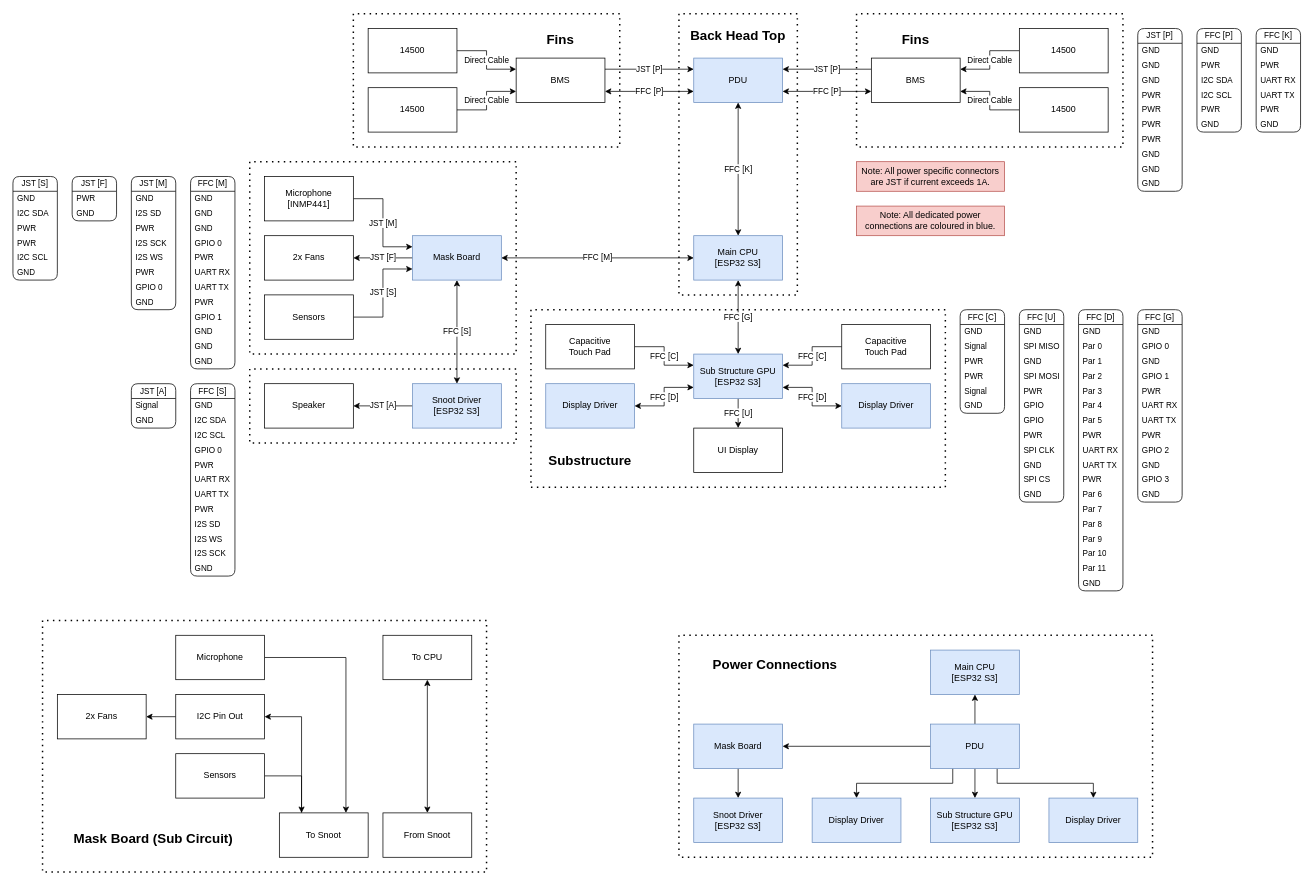
XCR1793/Synth-Head keeps this draw.io diagram as page "Connectors & Connections" (2 of 3) of Documents/Electronics.drawio. Above is the earlier version. Source tidied: cells renumbered, new cells numbered last; positions are measured from the earlier drawing's top-left corner, leaving out a move shared by most shapes. Both pictures are drawn from the tidied source at 74%, with x=0, y=0 at pixel (13, 13).
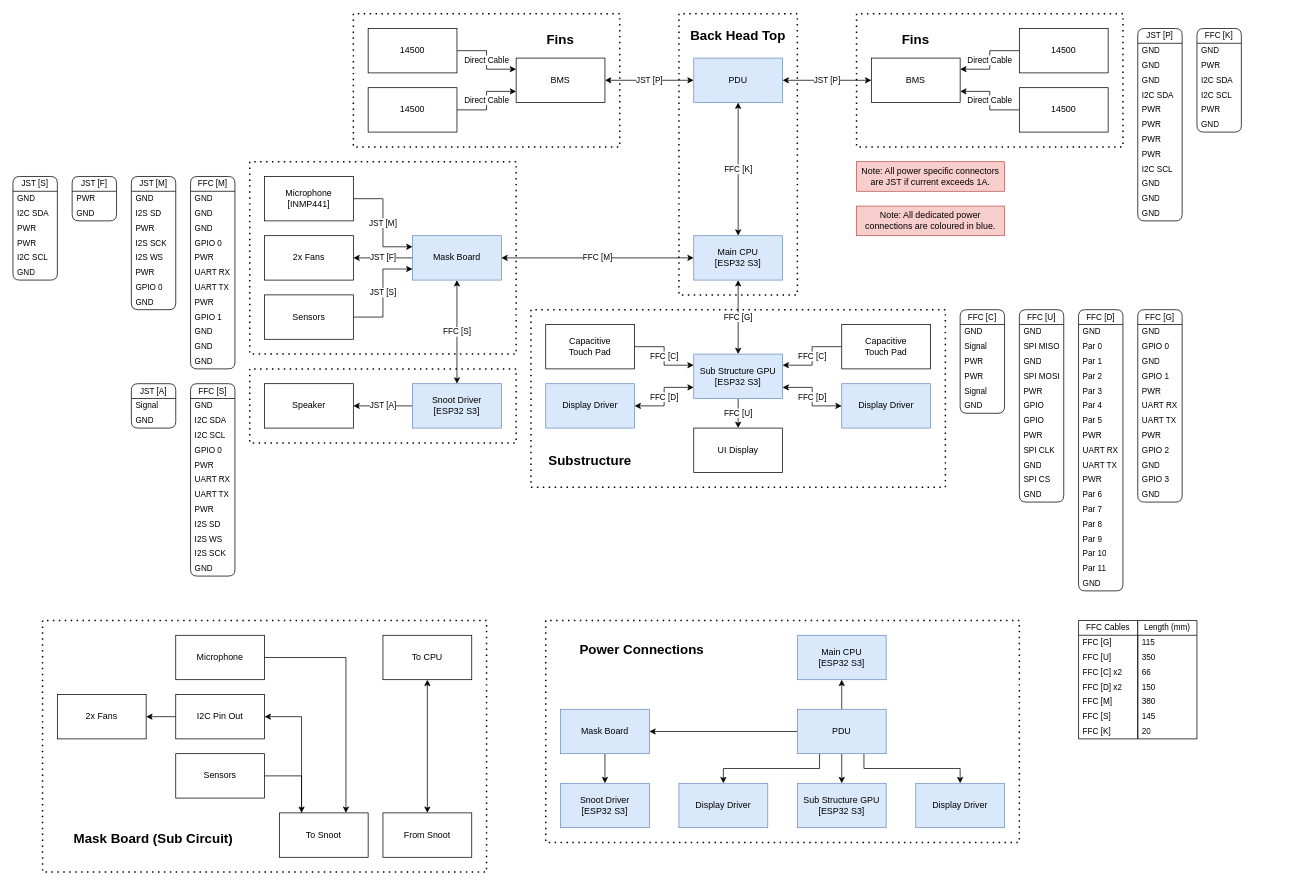
The same page after the edit.

Unchanged cells that the change refers to:
```xml
<mxCell id="11" value="PDU" style="rounded=0;whiteSpace=wrap;html=1;fontStyle=0;fillColor=#dae8fc;strokeColor=#6c8ebf;" parent="1" vertex="1">
  <mxGeometry x="920" y="60" width="120" height="60" as="geometry" />
</mxCell>
<mxCell id="19" value="BMS" style="rounded=0;whiteSpace=wrap;html=1;fontStyle=0;" parent="1" vertex="1">
  <mxGeometry x="680" y="60" width="120" height="60" as="geometry" />
</mxCell>
<mxCell id="22" value="BMS" style="rounded=0;whiteSpace=wrap;html=1;fontStyle=0;" parent="1" vertex="1">
  <mxGeometry x="1160" y="60" width="120" height="60" as="geometry" />
</mxCell>
```

Diff of the diagram source:
```diff
@@
-    <mxCell id="17" value="JST [P]" style="edgeStyle=orthogonalEdgeStyle;rounded=0;jettySize=auto;html=1;exitX=1;exitY=0.25;exitDx=0;exitDy=0;entryX=0;entryY=0.25;entryDx=0;entryDy=0;fontStyle=0;" parent="1" edge="1" source="19" target="11">
+    <mxCell id="17" value="JST [P]" style="edgeStyle=orthogonalEdgeStyle;rounded=0;jettySize=auto;html=1;exitX=1;exitY=0.5;exitDx=0;exitDy=0;entryX=0;entryY=0.5;entryDx=0;entryDy=0;fontStyle=0;startArrow=classic;startFill=1;" parent="1" edge="1" source="19" target="11">
       <mxGeometry relative="1" as="geometry" />
     </mxCell>
-    <mxCell id="18" value="FFC [P]" style="edgeStyle=orthogonalEdgeStyle;rounded=0;jettySize=auto;html=1;exitX=1;exitY=0.75;exitDx=0;exitDy=0;entryX=0;entryY=0.75;entryDx=0;entryDy=0;startArrow=classic;startFill=1;" parent="1" edge="1" source="19" target="11">
-      <mxGeometry relative="1" as="geometry" />
-    </mxCell>
@@
-    <mxCell id="20" value="JST [P]" style="edgeStyle=orthogonalEdgeStyle;rounded=0;jettySize=auto;html=1;exitX=0;exitY=0.25;exitDx=0;exitDy=0;entryX=1;entryY=0.25;entryDx=0;entryDy=0;fontStyle=0;" parent="1" edge="1" source="22" target="11">
+    <mxCell id="20" value="JST [P]" style="edgeStyle=orthogonalEdgeStyle;rounded=0;jettySize=auto;html=1;exitX=0;exitY=0.5;exitDx=0;exitDy=0;entryX=1;entryY=0.5;entryDx=0;entryDy=0;fontStyle=0;startArrow=classic;startFill=1;" parent="1" edge="1" source="22" target="11">
       <mxGeometry relative="1" as="geometry" />
     </mxCell>
-    <mxCell id="21" value="FFC [P]" style="edgeStyle=orthogonalEdgeStyle;rounded=0;jettySize=auto;html=1;exitX=0;exitY=0.75;exitDx=0;exitDy=0;entryX=1;entryY=0.75;entryDx=0;entryDy=0;startArrow=classic;startFill=1;" parent="1" edge="1" source="22" target="11">
-      <mxGeometry relative="1" as="geometry" />
-    </mxCell>
@@
     <mxCell id="167" value="JST [P]" style="swimlane;fontStyle=0;horizontal=1;startSize=20;whiteSpace=wrap;html=1;fontFamily=Helvetica;fontSize=11;fontColor=default;labelBackgroundColor=default;rounded=1;" parent="1" vertex="1">
-      <mxGeometry x="1520" y="20" width="60" height="220" as="geometry" />
+      <mxGeometry x="1520" y="20" width="60" height="260" as="geometry" />
     </mxCell>
@@
+    <mxCell id="181" value="I2C SDA" style="text;strokeColor=none;fillColor=none;align=left;verticalAlign=middle;spacingLeft=4;spacingRight=4;overflow=hidden;whiteSpace=wrap;html=1;fontFamily=Helvetica;fontSize=11;fontColor=default;labelBackgroundColor=default;fontStyle=0;" parent="167" vertex="1">
+      <mxGeometry y="80" width="60" height="20" as="geometry" />
+    </mxCell>
     <mxCell id="171" value="PWR" style="text;strokeColor=none;fillColor=none;align=left;verticalAlign=middle;spacingLeft=4;spacingRight=4;overflow=hidden;whiteSpace=wrap;html=1;fontFamily=Helvetica;fontSize=11;fontColor=default;labelBackgroundColor=default;fontStyle=0;" parent="167" vertex="1">
-      <mxGeometry y="80" width="60" height="20" as="geometry" />
+      <mxGeometry y="100" width="60" height="20" as="geometry" />
     </mxCell>
     <mxCell id="172" value="PWR" style="text;strokeColor=none;fillColor=none;align=left;verticalAlign=middle;spacingLeft=4;spacingRight=4;overflow=hidden;whiteSpace=wrap;html=1;fontFamily=Helvetica;fontSize=11;fontColor=default;labelBackgroundColor=default;fontStyle=0;" parent="167" vertex="1">
-      <mxGeometry y="100" width="60" height="20" as="geometry" />
+      <mxGeometry y="120" width="60" height="20" as="geometry" />
     </mxCell>
     <mxCell id="173" value="PWR" style="text;strokeColor=none;fillColor=none;align=left;verticalAlign=middle;spacingLeft=4;spacingRight=4;overflow=hidden;whiteSpace=wrap;html=1;fontFamily=Helvetica;fontSize=11;fontColor=default;labelBackgroundColor=default;fontStyle=0;" parent="167" vertex="1">
-      <mxGeometry y="120" width="60" height="20" as="geometry" />
+      <mxGeometry y="140" width="60" height="20" as="geometry" />
     </mxCell>
     <mxCell id="174" value="PWR" style="text;strokeColor=none;fillColor=none;align=left;verticalAlign=middle;spacingLeft=4;spacingRight=4;overflow=hidden;whiteSpace=wrap;html=1;fontFamily=Helvetica;fontSize=11;fontColor=default;labelBackgroundColor=default;fontStyle=0;" parent="167" vertex="1">
-      <mxGeometry y="140" width="60" height="20" as="geometry" />
+      <mxGeometry y="160" width="60" height="20" as="geometry" />
     </mxCell>
+    <mxCell id="182" value="I2C SCL" style="text;strokeColor=none;fillColor=none;align=left;verticalAlign=middle;spacingLeft=4;spacingRight=4;overflow=hidden;whiteSpace=wrap;html=1;fontFamily=Helvetica;fontSize=11;fontColor=default;labelBackgroundColor=default;fontStyle=0;" parent="167" vertex="1">
+      <mxGeometry y="180" width="60" height="20" as="geometry" />
+    </mxCell>
     <mxCell id="175" value="GND" style="text;strokeColor=none;fillColor=none;align=left;verticalAlign=middle;spacingLeft=4;spacingRight=4;overflow=hidden;whiteSpace=wrap;html=1;fontFamily=Helvetica;fontSize=11;fontColor=default;labelBackgroundColor=default;fontStyle=0;" parent="167" vertex="1">
-      <mxGeometry y="160" width="60" height="20" as="geometry" />
+      <mxGeometry y="200" width="60" height="20" as="geometry" />
     </mxCell>
     <mxCell id="176" value="GND" style="text;strokeColor=none;fillColor=none;align=left;verticalAlign=middle;spacingLeft=4;spacingRight=4;overflow=hidden;whiteSpace=wrap;html=1;fontFamily=Helvetica;fontSize=11;fontColor=default;labelBackgroundColor=default;fontStyle=0;" parent="167" vertex="1">
-      <mxGeometry y="180" width="60" height="20" as="geometry" />
+      <mxGeometry y="220" width="60" height="20" as="geometry" />
     </mxCell>
     <mxCell id="177" value="GND" style="text;strokeColor=none;fillColor=none;align=left;verticalAlign=middle;spacingLeft=4;spacingRight=4;overflow=hidden;whiteSpace=wrap;html=1;fontFamily=Helvetica;fontSize=11;fontColor=default;labelBackgroundColor=default;fontStyle=0;" parent="167" vertex="1">
-      <mxGeometry y="200" width="60" height="20" as="geometry" />
+      <mxGeometry y="240" width="60" height="20" as="geometry" />
     </mxCell>
-    <mxCell id="178" value="FFC [P]" style="swimlane;fontStyle=0;horizontal=1;startSize=20;whiteSpace=wrap;html=1;fontFamily=Helvetica;fontSize=11;fontColor=default;labelBackgroundColor=default;rounded=1;" parent="1" vertex="1">
-      <mxGeometry x="1600" y="20" width="60" height="140" as="geometry" />
-    </mxCell>
-    <mxCell id="179" value="GND" style="text;strokeColor=none;fillColor=none;align=left;verticalAlign=middle;spacingLeft=4;spacingRight=4;overflow=hidden;whiteSpace=wrap;html=1;fontFamily=Helvetica;fontSize=11;fontColor=default;labelBackgroundColor=default;fontStyle=0;" parent="178" vertex="1">
-      <mxGeometry y="20" width="60" height="20" as="geometry" />
-    </mxCell>
-    <mxCell id="180" value="PWR" style="text;strokeColor=none;fillColor=none;align=left;verticalAlign=middle;spacingLeft=4;spacingRight=4;overflow=hidden;whiteSpace=wrap;html=1;fontFamily=Helvetica;fontSize=11;fontColor=default;labelBackgroundColor=default;fontStyle=0;" parent="178" vertex="1">
-      <mxGeometry y="40" width="60" height="20" as="geometry" />
-    </mxCell>
-    <mxCell id="181" value="I2C SDA" style="text;strokeColor=none;fillColor=none;align=left;verticalAlign=middle;spacingLeft=4;spacingRight=4;overflow=hidden;whiteSpace=wrap;html=1;fontFamily=Helvetica;fontSize=11;fontColor=default;labelBackgroundColor=default;fontStyle=0;" parent="178" vertex="1">
-      <mxGeometry y="60" width="60" height="20" as="geometry" />
-    </mxCell>
-    <mxCell id="182" value="I2C SCL" style="text;strokeColor=none;fillColor=none;align=left;verticalAlign=middle;spacingLeft=4;spacingRight=4;overflow=hidden;whiteSpace=wrap;html=1;fontFamily=Helvetica;fontSize=11;fontColor=default;labelBackgroundColor=default;fontStyle=0;" parent="178" vertex="1">
-      <mxGeometry y="80" width="60" height="20" as="geometry" />
-    </mxCell>
-    <mxCell id="183" value="PWR" style="text;strokeColor=none;fillColor=none;align=left;verticalAlign=middle;spacingLeft=4;spacingRight=4;overflow=hidden;whiteSpace=wrap;html=1;fontFamily=Helvetica;fontSize=11;fontColor=default;labelBackgroundColor=default;fontStyle=0;" parent="178" vertex="1">
-      <mxGeometry y="100" width="60" height="20" as="geometry" />
-    </mxCell>
-    <mxCell id="184" value="GND" style="text;strokeColor=none;fillColor=none;align=left;verticalAlign=middle;spacingLeft=4;spacingRight=4;overflow=hidden;whiteSpace=wrap;html=1;fontFamily=Helvetica;fontSize=11;fontColor=default;labelBackgroundColor=default;fontStyle=0;" parent="178" vertex="1">
-      <mxGeometry y="120" width="60" height="20" as="geometry" />
-    </mxCell>
@@
     <mxCell id="188" value="Mask Board" style="rounded=0;whiteSpace=wrap;html=1;fontStyle=0;fillColor=#dae8fc;strokeColor=#6c8ebf;" parent="1" vertex="1">
-      <mxGeometry x="920" y="960" width="120" height="60" as="geometry" />
+      <mxGeometry x="740" y="940" width="120" height="60" as="geometry" />
     </mxCell>
     <mxCell id="189" value="Snoot Driver&lt;div&gt;[ESP32 S3]&lt;/div&gt;" style="rounded=0;whiteSpace=wrap;html=1;fontStyle=0;fillColor=#dae8fc;strokeColor=#6c8ebf;" parent="1" vertex="1">
-      <mxGeometry x="920" y="1060" width="120" height="60" as="geometry" />
+      <mxGeometry x="740" y="1040" width="120" height="60" as="geometry" />
     </mxCell>
     <mxCell id="190" value="Main CPU&lt;div&gt;[ESP32 S3]&lt;/div&gt;" style="rounded=0;whiteSpace=wrap;html=1;fontStyle=0;fillColor=#dae8fc;strokeColor=#6c8ebf;" parent="1" vertex="1">
-      <mxGeometry x="1240" y="860" width="120" height="60" as="geometry" />
+      <mxGeometry x="1060" y="840" width="120" height="60" as="geometry" />
     </mxCell>
     <mxCell id="191" value="Sub Structure&amp;nbsp;&lt;span style=&quot;background-color: initial;&quot;&gt;GPU&lt;/span&gt;&lt;div&gt;&lt;span style=&quot;background-color: initial;&quot;&gt;[ESP32 S3]&lt;/span&gt;&lt;/div&gt;" style="rounded=0;whiteSpace=wrap;html=1;fontStyle=0;fillColor=#dae8fc;strokeColor=#6c8ebf;" parent="1" vertex="1">
-      <mxGeometry x="1240" y="1060" width="120" height="60" as="geometry" />
+      <mxGeometry x="1060" y="1040" width="120" height="60" as="geometry" />
     </mxCell>
@@
     <mxCell id="197" value="PDU" style="rounded=0;whiteSpace=wrap;html=1;fontStyle=0;fillColor=#dae8fc;strokeColor=#6c8ebf;" parent="1" vertex="1">
-      <mxGeometry x="1240" y="960" width="120" height="60" as="geometry" />
+      <mxGeometry x="1060" y="940" width="120" height="60" as="geometry" />
     </mxCell>
     <mxCell id="198" value="Display Driver" style="rounded=0;whiteSpace=wrap;html=1;fontStyle=0;fillColor=#dae8fc;strokeColor=#6c8ebf;" parent="1" vertex="1">
-      <mxGeometry x="1400" y="1060" width="120" height="60" as="geometry" />
+      <mxGeometry x="1220" y="1040" width="120" height="60" as="geometry" />
     </mxCell>
     <mxCell id="199" value="Display Driver" style="rounded=0;whiteSpace=wrap;html=1;fontStyle=0;fillColor=#dae8fc;strokeColor=#6c8ebf;" parent="1" vertex="1">
-      <mxGeometry x="1080" y="1060" width="120" height="60" as="geometry" />
+      <mxGeometry x="900" y="1040" width="120" height="60" as="geometry" />
     </mxCell>
     <mxCell id="200" style="endArrow=none;dashed=1;html=1;dashPattern=1 3;strokeWidth=2;rounded=0;fontStyle=0;" parent="1" edge="1">
       <mxGeometry relative="1" as="geometry">
-        <mxPoint x="900" y="840" as="sourcePoint" />
-        <mxPoint x="900" y="840" as="targetPoint" />
+        <mxPoint x="720" y="820" as="sourcePoint" />
+        <mxPoint x="720" y="820" as="targetPoint" />
         <Array as="points">
-          <mxPoint x="900" y="1140" />
-          <mxPoint x="1540" y="1140" />
-          <mxPoint x="1540" y="840" />
+          <mxPoint x="720" y="1120" />
+          <mxPoint x="1360" y="1120" />
+          <mxPoint x="1360" y="820" />
         </Array>
       </mxGeometry>
     </mxCell>
     <mxCell id="201" value="&lt;h2&gt;Power Connections&lt;/h2&gt;" style="text;html=1;align=center;verticalAlign=middle;whiteSpace=wrap;rounded=0;fontStyle=0;" parent="1" vertex="1">
-      <mxGeometry x="940" y="870" width="180" height="20" as="geometry" />
+      <mxGeometry x="760" y="850" width="180" height="20" as="geometry" />
     </mxCell>
     <mxCell id="202" value="FFC [K]" style="swimlane;fontStyle=0;horizontal=1;startSize=20;whiteSpace=wrap;html=1;fontFamily=Helvetica;fontSize=11;fontColor=default;labelBackgroundColor=default;rounded=1;" parent="1" vertex="1">
-      <mxGeometry x="1680" y="20" width="60" height="140" as="geometry" />
+      <mxGeometry x="1600" y="20" width="60" height="140" as="geometry" />
     </mxCell>
@@
-    <mxCell id="205" value="UART RX" style="text;strokeColor=none;fillColor=none;align=left;verticalAlign=middle;spacingLeft=4;spacingRight=4;overflow=hidden;whiteSpace=wrap;html=1;fontFamily=Helvetica;fontSize=11;fontColor=default;labelBackgroundColor=default;fontStyle=0;" parent="202" vertex="1">
+    <mxCell id="205" value="I2C SDA" style="text;strokeColor=none;fillColor=none;align=left;verticalAlign=middle;spacingLeft=4;spacingRight=4;overflow=hidden;whiteSpace=wrap;html=1;fontFamily=Helvetica;fontSize=11;fontColor=default;labelBackgroundColor=default;fontStyle=0;" parent="202" vertex="1">
       <mxGeometry y="60" width="60" height="20" as="geometry" />
     </mxCell>
-    <mxCell id="206" value="UART TX" style="text;strokeColor=none;fillColor=none;align=left;verticalAlign=middle;spacingLeft=4;spacingRight=4;overflow=hidden;whiteSpace=wrap;html=1;fontFamily=Helvetica;fontSize=11;fontColor=default;labelBackgroundColor=default;fontStyle=0;" parent="202" vertex="1">
+    <mxCell id="206" value="I2C SCL" style="text;strokeColor=none;fillColor=none;align=left;verticalAlign=middle;spacingLeft=4;spacingRight=4;overflow=hidden;whiteSpace=wrap;html=1;fontFamily=Helvetica;fontSize=11;fontColor=default;labelBackgroundColor=default;fontStyle=0;" parent="202" vertex="1">
       <mxGeometry y="80" width="60" height="20" as="geometry" />
     </mxCell>
@@
+    <mxCell id="209" value="FFC Cables" style="swimlane;fontStyle=0;horizontal=1;startSize=20;whiteSpace=wrap;html=1;fontFamily=Helvetica;fontSize=11;fontColor=default;labelBackgroundColor=default;" parent="1" vertex="1">
+      <mxGeometry x="1440" y="820" width="80" height="160" as="geometry" />
+    </mxCell>
+    <mxCell id="210" value="FFC [G]" style="text;strokeColor=none;fillColor=none;align=left;verticalAlign=middle;spacingLeft=4;spacingRight=4;overflow=hidden;whiteSpace=wrap;html=1;fontFamily=Helvetica;fontSize=11;fontColor=default;labelBackgroundColor=default;" parent="209" vertex="1">
+      <mxGeometry y="20" width="80" height="20" as="geometry" />
+    </mxCell>
+    <mxCell id="211" value="FFC [U]" style="text;strokeColor=none;fillColor=none;align=left;verticalAlign=middle;spacingLeft=4;spacingRight=4;overflow=hidden;whiteSpace=wrap;html=1;fontFamily=Helvetica;fontSize=11;fontColor=default;labelBackgroundColor=default;" parent="209" vertex="1">
+      <mxGeometry y="40" width="80" height="20" as="geometry" />
+    </mxCell>
+    <mxCell id="212" value="FFC [C] x2" style="text;strokeColor=none;fillColor=none;align=left;verticalAlign=middle;spacingLeft=4;spacingRight=4;overflow=hidden;whiteSpace=wrap;html=1;fontFamily=Helvetica;fontSize=11;fontColor=default;labelBackgroundColor=default;" parent="209" vertex="1">
+      <mxGeometry y="60" width="80" height="20" as="geometry" />
+    </mxCell>
+    <mxCell id="213" value="FFC [D] x2" style="text;strokeColor=none;fillColor=none;align=left;verticalAlign=middle;spacingLeft=4;spacingRight=4;overflow=hidden;whiteSpace=wrap;html=1;fontFamily=Helvetica;fontSize=11;fontColor=default;labelBackgroundColor=default;" parent="209" vertex="1">
+      <mxGeometry y="80" width="80" height="20" as="geometry" />
+    </mxCell>
+    <mxCell id="214" value="FFC [M]" style="text;strokeColor=none;fillColor=none;align=left;verticalAlign=middle;spacingLeft=4;spacingRight=4;overflow=hidden;whiteSpace=wrap;html=1;fontFamily=Helvetica;fontSize=11;fontColor=default;labelBackgroundColor=default;" parent="209" vertex="1">
+      <mxGeometry y="100" width="80" height="20" as="geometry" />
+    </mxCell>
+    <mxCell id="215" value="FFC [S]" style="text;strokeColor=none;fillColor=none;align=left;verticalAlign=middle;spacingLeft=4;spacingRight=4;overflow=hidden;whiteSpace=wrap;html=1;fontFamily=Helvetica;fontSize=11;fontColor=default;labelBackgroundColor=default;" parent="209" vertex="1">
+      <mxGeometry y="120" width="80" height="20" as="geometry" />
+    </mxCell>
+    <mxCell id="216" value="FFC [K]" style="text;strokeColor=none;fillColor=none;align=left;verticalAlign=middle;spacingLeft=4;spacingRight=4;overflow=hidden;whiteSpace=wrap;html=1;fontFamily=Helvetica;fontSize=11;fontColor=default;labelBackgroundColor=default;" parent="209" vertex="1">
+      <mxGeometry y="140" width="80" height="20" as="geometry" />
+    </mxCell>
+    <mxCell id="217" value="Length (mm)" style="swimlane;fontStyle=0;horizontal=1;startSize=20;whiteSpace=wrap;html=1;fontFamily=Helvetica;fontSize=11;fontColor=default;labelBackgroundColor=default;" parent="1" vertex="1">
+      <mxGeometry x="1520" y="820" width="80" height="160" as="geometry" />
+    </mxCell>
+    <mxCell id="218" value="115" style="text;strokeColor=none;fillColor=none;align=left;verticalAlign=middle;spacingLeft=4;spacingRight=4;overflow=hidden;whiteSpace=wrap;html=1;fontFamily=Helvetica;fontSize=11;fontColor=default;labelBackgroundColor=default;" parent="217" vertex="1">
+      <mxGeometry y="20" width="80" height="20" as="geometry" />
+    </mxCell>
+    <mxCell id="219" value="350" style="text;strokeColor=none;fillColor=none;align=left;verticalAlign=middle;spacingLeft=4;spacingRight=4;overflow=hidden;whiteSpace=wrap;html=1;fontFamily=Helvetica;fontSize=11;fontColor=default;labelBackgroundColor=default;" parent="217" vertex="1">
+      <mxGeometry y="40" width="80" height="20" as="geometry" />
+    </mxCell>
+    <mxCell id="220" value="66" style="text;strokeColor=none;fillColor=none;align=left;verticalAlign=middle;spacingLeft=4;spacingRight=4;overflow=hidden;whiteSpace=wrap;html=1;fontFamily=Helvetica;fontSize=11;fontColor=default;labelBackgroundColor=default;" parent="217" vertex="1">
+      <mxGeometry y="60" width="80" height="20" as="geometry" />
+    </mxCell>
+    <mxCell id="221" value="150" style="text;strokeColor=none;fillColor=none;align=left;verticalAlign=middle;spacingLeft=4;spacingRight=4;overflow=hidden;whiteSpace=wrap;html=1;fontFamily=Helvetica;fontSize=11;fontColor=default;labelBackgroundColor=default;" parent="217" vertex="1">
+      <mxGeometry y="80" width="80" height="20" as="geometry" />
+    </mxCell>
+    <mxCell id="222" value="380" style="text;strokeColor=none;fillColor=none;align=left;verticalAlign=middle;spacingLeft=4;spacingRight=4;overflow=hidden;whiteSpace=wrap;html=1;fontFamily=Helvetica;fontSize=11;fontColor=default;labelBackgroundColor=default;" parent="217" vertex="1">
+      <mxGeometry y="100" width="80" height="20" as="geometry" />
+    </mxCell>
+    <mxCell id="223" value="145" style="text;strokeColor=none;fillColor=none;align=left;verticalAlign=middle;spacingLeft=4;spacingRight=4;overflow=hidden;whiteSpace=wrap;html=1;fontFamily=Helvetica;fontSize=11;fontColor=default;labelBackgroundColor=default;" parent="217" vertex="1">
+      <mxGeometry y="120" width="80" height="20" as="geometry" />
+    </mxCell>
+    <mxCell id="224" value="20" style="text;strokeColor=none;fillColor=none;align=left;verticalAlign=middle;spacingLeft=4;spacingRight=4;overflow=hidden;whiteSpace=wrap;html=1;fontFamily=Helvetica;fontSize=11;fontColor=default;labelBackgroundColor=default;" parent="217" vertex="1">
+      <mxGeometry y="140" width="80" height="20" as="geometry" />
+    </mxCell>
```
